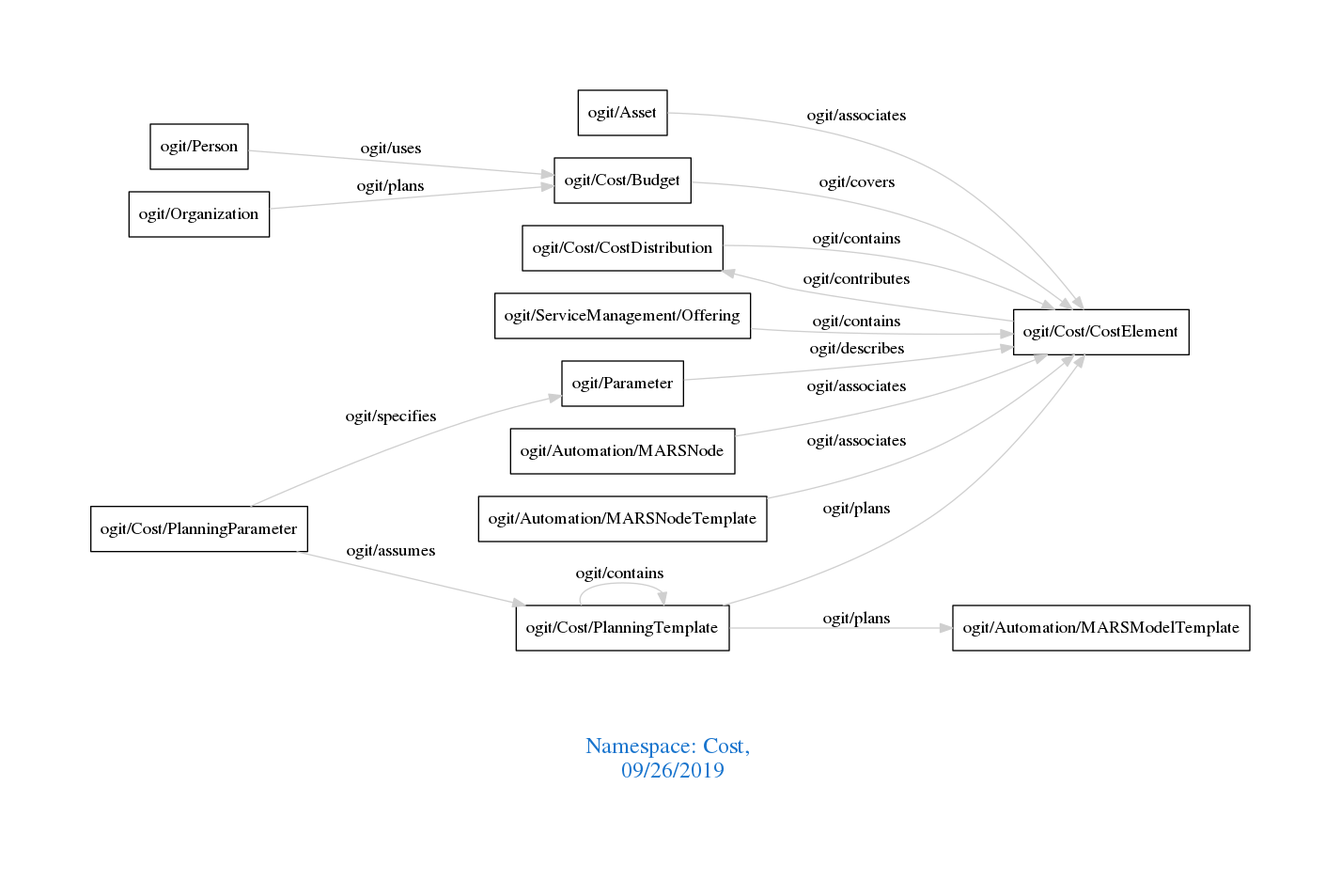
Before: downloads/Cost.png, a diagram exported from Graphviz (arago/OGIT). Its source is kept beside it as downloads/Cost.dot.
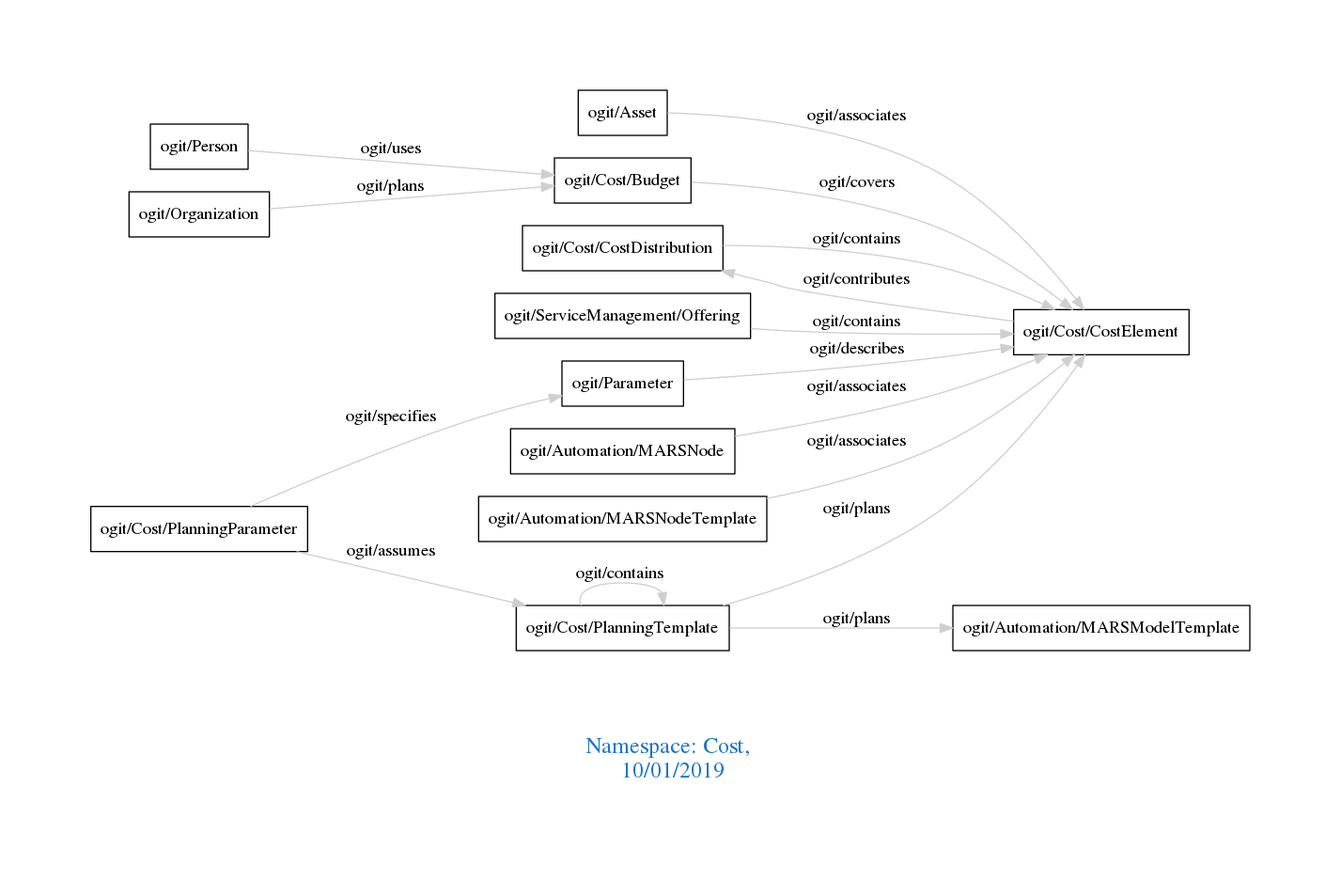
The same diagram one commit later.

The edit, as a diff of the source:
```diff
@@ -1,7 +1,7 @@
 digraph OGIT_ontology {
  graph [ rankdir= LR,pad=1
 fontsize = 18,
-fontcolor= dodgerblue3,label = "\n\n\nNamespace: Cost, \n 09/26/2019"];
+fontcolor= dodgerblue3,label = "\n\n\nNamespace: Cost, \n 10/01/2019"];
 node[shape=polygon];
 edge [  color="gray81"];
 
```
